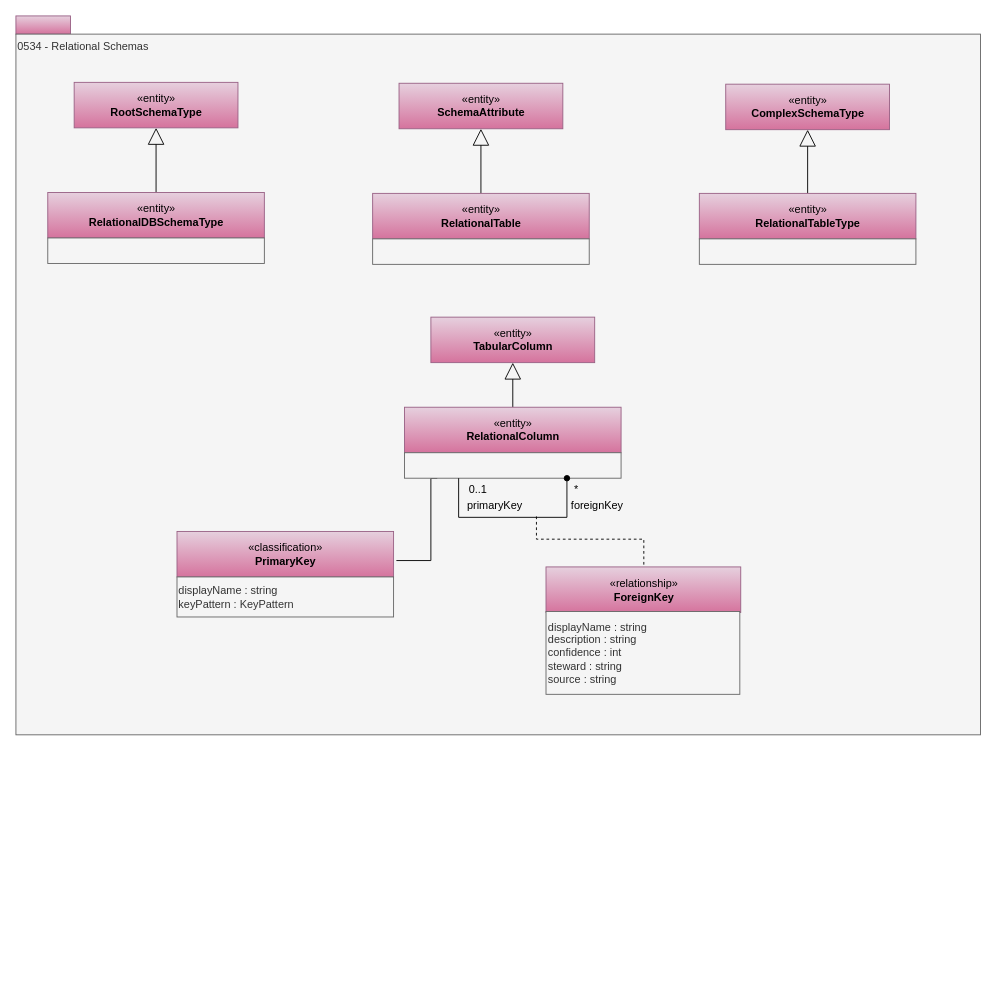
The draw.io diagram page "0534-Relational-Schemas" (15 of 33) of site/docs/types/5/area-5-models-and-schema.drawio in odpi/egeria-docs, before the edit. Source tidied: cells renumbered, new cells numbered last; positions are measured from the earlier drawing's top-left corner, leaving out a move shared by most shapes. Both pictures are drawn from the tidied source at 91%, with x=0, y=0 at pixel (15, 15).
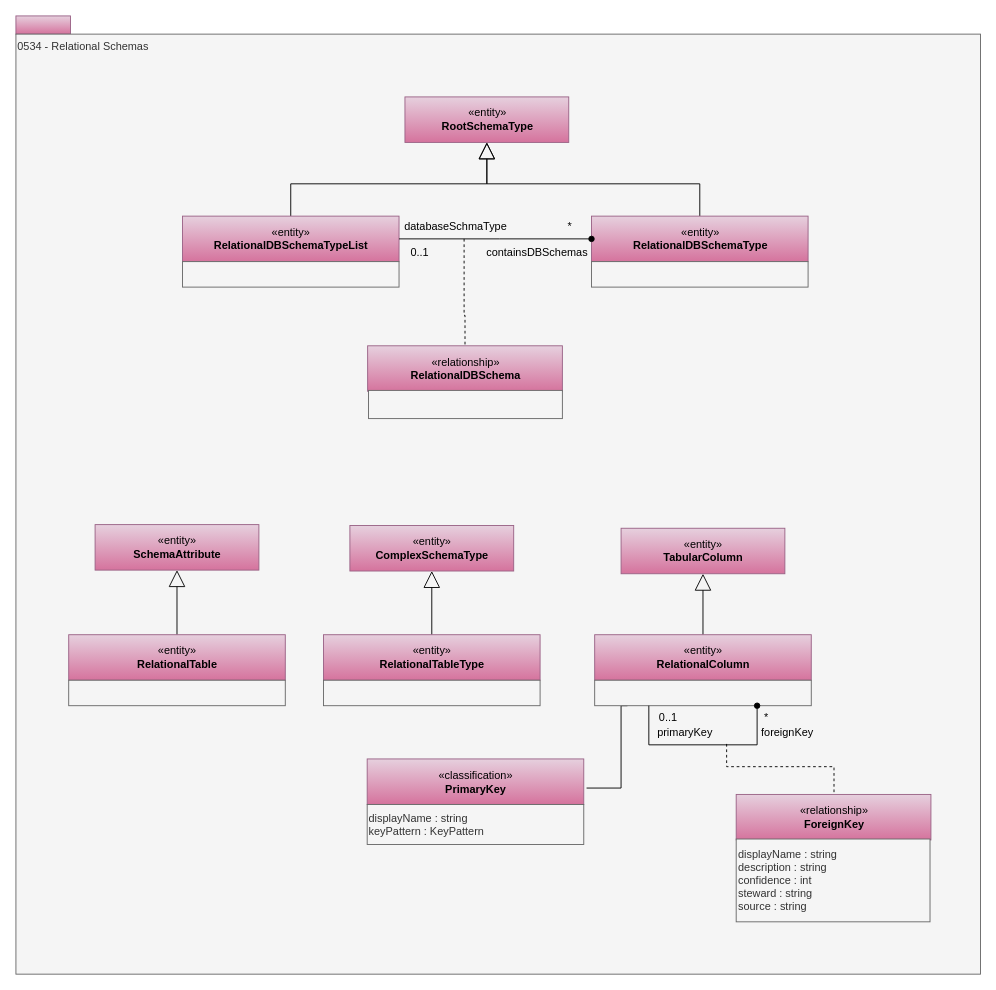
The same diagram, later.

Unchanged cells that the change refers to:
```xml
<mxCell id="22" value="«entity»&lt;br&gt;&lt;b&gt;RelationalDBSchemaType&lt;/b&gt;" style="html=1;strokeColor=#996185;align=center;fillColor=#e6d0de;gradientColor=#d5739d;" parent="21" vertex="1">
  <mxGeometry width="238" height="50" as="geometry" />
</mxCell>
<mxCell id="28" value="«classification»&lt;br&gt;&lt;b&gt;PrimaryKey&lt;/b&gt;" style="html=1;strokeColor=#996185;align=center;fillColor=#e6d0de;gradientColor=#d5739d;" parent="27" vertex="1">
  <mxGeometry width="238" height="50" as="geometry" />
</mxCell>
```

Change to the diagram source:
```diff
@@
     <mxCell id="3" value="0534 - Relational Schemas" style="rounded=0;whiteSpace=wrap;html=1;align=left;verticalAlign=top;fillColor=#f5f5f5;fontColor=#333333;strokeColor=#666666;" parent="1" vertex="1">
-      <mxGeometry y="20" width="1060" height="770" as="geometry" />
+      <mxGeometry y="20" width="1060" height="1033" as="geometry" />
     </mxCell>
@@
     <mxCell id="5" value="«entity»&lt;br&gt;&lt;b&gt;RootSchemaType&lt;/b&gt;" style="html=1;strokeColor=#996185;align=center;fillColor=#e6d0de;gradientColor=#d5739d;" parent="1" vertex="1">
-      <mxGeometry x="64" y="73" width="180" height="50" as="geometry" />
+      <mxGeometry x="427.5" y="89" width="180" height="50" as="geometry" />
     </mxCell>
@@
     <mxCell id="7" value="«entity»&lt;br&gt;&lt;b&gt;SchemaAttribute&lt;/b&gt;" style="html=1;strokeColor=#996185;align=center;fillColor=#e6d0de;gradientColor=#d5739d;" parent="1" vertex="1">
-      <mxGeometry x="421" y="74" width="180" height="50" as="geometry" />
+      <mxGeometry x="87" y="559" width="180" height="50" as="geometry" />
     </mxCell>
     <mxCell id="8" style="edgeStyle=orthogonalEdgeStyle;rounded=0;html=1;endArrow=none;endFill=0;jettySize=auto;entryX=1.013;entryY=0.64;entryDx=0;entryDy=0;entryPerimeter=0;" parent="1" edge="1" target="28">
       <mxGeometry relative="1" as="geometry">
-        <mxPoint x="463" y="508" as="sourcePoint" />
+        <mxPoint x="672" y="758" as="sourcePoint" />
         <Array as="points">
-          <mxPoint x="456" y="508" />
-          <mxPoint x="456" y="599" />
+          <mxPoint x="665" y="758" />
+          <mxPoint x="665" y="849" />
         </Array>
       </mxGeometry>
     </mxCell>
@@
     <mxCell id="11" value="«entity»&lt;br&gt;&lt;b&gt;RelationalColumn&lt;/b&gt;" style="html=1;strokeColor=#996185;align=center;fillColor=#e6d0de;gradientColor=#d5739d;" parent="1" vertex="1">
-      <mxGeometry x="427" y="430" width="238" height="50" as="geometry" />
+      <mxGeometry x="636" y="680" width="238" height="50" as="geometry" />
     </mxCell>
     <mxCell id="12" style="rounded=0;whiteSpace=wrap;html=1;strokeColor=#666666;align=left;fillColor=#f5f5f5;fontColor=#333333;" parent="1" vertex="1">
-      <mxGeometry x="427" y="480" width="238" height="28" as="geometry" />
+      <mxGeometry x="636" y="730" width="238" height="28" as="geometry" />
     </mxCell>
     <mxCell id="13" value="«entity»&lt;br&gt;&lt;b&gt;TabularColumn&lt;/b&gt;" style="html=1;strokeColor=#996185;align=center;fillColor=#e6d0de;gradientColor=#d5739d;" parent="1" vertex="1">
-      <mxGeometry x="456" y="331" width="180" height="50" as="geometry" />
+      <mxGeometry x="665" y="563" width="180" height="50" as="geometry" />
     </mxCell>
@@
     <mxCell id="15" style="edgeStyle=orthogonalEdgeStyle;rounded=0;orthogonalLoop=1;jettySize=auto;html=1;exitX=0.75;exitY=1;exitDx=0;exitDy=0;entryX=0.25;entryY=1;entryDx=0;entryDy=0;endArrow=none;endFill=0;startArrow=oval;startFill=1;" parent="1" edge="1" source="12" target="12">
       <mxGeometry relative="1" as="geometry">
         <Array as="points">
-          <mxPoint x="606" y="551" />
-          <mxPoint x="487" y="551" />
+          <mxPoint x="815" y="801" />
+          <mxPoint x="696" y="801" />
         </Array>
       </mxGeometry>
     </mxCell>
     <mxCell id="16" value="*" style="text;html=1;strokeColor=none;fillColor=none;align=center;verticalAlign=middle;whiteSpace=wrap;rounded=0;" parent="1" vertex="1">
-      <mxGeometry x="596" y="511" width="40" height="20" as="geometry" />
+      <mxGeometry x="805" y="761" width="40" height="20" as="geometry" />
     </mxCell>
     <mxCell id="17" value="foreignKey" style="text;html=1;strokeColor=none;fillColor=none;align=center;verticalAlign=middle;whiteSpace=wrap;rounded=0;" parent="1" vertex="1">
-      <mxGeometry x="606" y="528" width="66" height="20" as="geometry" />
+      <mxGeometry x="815" y="778" width="66" height="20" as="geometry" />
     </mxCell>
     <mxCell id="18" value="0..1" style="text;html=1;strokeColor=none;fillColor=none;align=center;verticalAlign=middle;whiteSpace=wrap;rounded=0;" parent="1" vertex="1">
-      <mxGeometry x="488" y="511" width="40" height="20" as="geometry" />
+      <mxGeometry x="697" y="761" width="40" height="20" as="geometry" />
     </mxCell>
     <mxCell id="19" value="primaryKey" style="text;html=1;strokeColor=none;fillColor=none;align=center;verticalAlign=middle;whiteSpace=wrap;rounded=0;" parent="1" vertex="1">
-      <mxGeometry x="493" y="528" width="67" height="20" as="geometry" />
+      <mxGeometry x="702" y="778" width="67" height="20" as="geometry" />
     </mxCell>
     <mxCell id="20" style="endArrow=none;dashed=1;html=1;entryX=0.5;entryY=0;entryDx=0;entryDy=0;edgeStyle=orthogonalEdgeStyle;rounded=0;" parent="1" edge="1">
       <mxGeometry relative="1" as="geometry">
-        <mxPoint x="572" y="550" as="sourcePoint" />
-        <mxPoint x="690" y="606" as="targetPoint" />
+        <mxPoint x="781" y="800" as="sourcePoint" />
+        <mxPoint x="899" y="856" as="targetPoint" />
         <Array as="points">
-          <mxPoint x="572" y="575" />
-          <mxPoint x="690" y="575" />
+          <mxPoint x="781" y="825" />
+          <mxPoint x="899" y="825" />
         </Array>
       </mxGeometry>
     </mxCell>
     <mxCell id="21" style="group;" parent="1" vertex="1">
-      <mxGeometry x="35" y="194" width="238" height="78" as="geometry" />
+      <mxGeometry x="632.5" y="220" width="238" height="78" as="geometry" />
     </mxCell>
@@
     <mxCell id="24" style="group;" parent="1" vertex="1">
-      <mxGeometry x="392" y="195" width="238" height="78" as="geometry" />
+      <mxGeometry x="58" y="680" width="238" height="78" as="geometry" />
     </mxCell>
@@
     <mxCell id="27" style="group;" parent="1" vertex="1">
-      <mxGeometry x="177" y="566.5" width="238" height="94" as="geometry" />
+      <mxGeometry x="386" y="816.5" width="238" height="94" as="geometry" />
     </mxCell>
@@
     <mxCell id="30" style="group;" parent="1" vertex="1">
-      <mxGeometry x="582.5" y="605.5" width="214" height="140" as="geometry" />
+      <mxGeometry x="791.5" y="855.5" width="214" height="140" as="geometry" />
     </mxCell>
@@
     <mxCell id="34" value="«entity»&lt;br&gt;&lt;b&gt;ComplexSchemaType&lt;/b&gt;" style="html=1;strokeColor=#996185;align=center;fillColor=#e6d0de;gradientColor=#d5739d;" parent="1" vertex="1">
-      <mxGeometry x="780" y="75" width="180" height="50" as="geometry" />
+      <mxGeometry x="367" y="560" width="180" height="50" as="geometry" />
     </mxCell>
     <mxCell id="35" style="group;" parent="1" vertex="1">
-      <mxGeometry x="751" y="195" width="238" height="78" as="geometry" />
+      <mxGeometry x="338" y="680" width="238" height="78" as="geometry" />
     </mxCell>
@@
+    <mxCell id="38" style="edgeStyle=orthogonalEdgeStyle;rounded=0;jumpSize=16;jettySize=auto;html=1;endArrow=block;endFill=0;endSize=16;entryX=0.5;entryY=1;entryDx=0;entryDy=0;exitX=0.5;exitY=0;exitDx=0;exitDy=0;" parent="1" edge="1" source="39" target="5">
+      <mxGeometry relative="1" as="geometry" />
+    </mxCell>
+    <mxCell id="39" value="«entity»&lt;br&gt;&lt;b&gt;RelationalDBSchemaTypeList&lt;/b&gt;" style="html=1;strokeColor=#996185;align=center;fillColor=#e6d0de;gradientColor=#d5739d;" parent="1" vertex="1">
+      <mxGeometry x="183" y="220" width="238" height="50" as="geometry" />
+    </mxCell>
+    <mxCell id="40" style="rounded=0;whiteSpace=wrap;html=1;strokeColor=#666666;align=left;fillColor=#f5f5f5;fontColor=#333333;" parent="1" vertex="1">
+      <mxGeometry x="183" y="270" width="238" height="28" as="geometry" />
+    </mxCell>
+    <mxCell id="41" value="*" style="text;html=1;strokeColor=none;fillColor=none;align=center;verticalAlign=middle;whiteSpace=wrap;rounded=0;" parent="1" vertex="1">
+      <mxGeometry x="588.5" y="222" width="40" height="20" as="geometry" />
+    </mxCell>
+    <mxCell id="42" value="containsDBSchemas" style="text;html=1;strokeColor=none;fillColor=none;align=center;verticalAlign=middle;whiteSpace=wrap;rounded=0;" parent="1" vertex="1">
+      <mxGeometry x="520.5" y="250" width="104" height="20" as="geometry" />
+    </mxCell>
+    <mxCell id="43" value="0..1" style="text;html=1;strokeColor=none;fillColor=none;align=center;verticalAlign=middle;whiteSpace=wrap;rounded=0;" parent="1" vertex="1">
+      <mxGeometry x="423.5" y="250" width="40" height="20" as="geometry" />
+    </mxCell>
+    <mxCell id="44" value="databaseSchmaType" style="text;html=1;strokeColor=none;fillColor=none;align=center;verticalAlign=middle;whiteSpace=wrap;rounded=0;" parent="1" vertex="1">
+      <mxGeometry x="449.5" y="222" width="67" height="20" as="geometry" />
+    </mxCell>
+    <mxCell id="45" value="«relationship»&lt;br&gt;&lt;b&gt;RelationalDBSchema&lt;/b&gt;" style="html=1;strokeColor=#996185;align=center;fillColor=#e6d0de;gradientColor=#d5739d;" parent="1" vertex="1">
+      <mxGeometry x="386.5" y="362.5" width="214" height="50" as="geometry" />
+    </mxCell>
+    <mxCell id="46" style="endArrow=none;dashed=1;html=1;entryX=0.5;entryY=0;entryDx=0;entryDy=0;edgeStyle=orthogonalEdgeStyle;rounded=0;" parent="1" edge="1" target="45">
+      <mxGeometry relative="1" as="geometry">
+        <mxPoint x="492.5" y="245" as="sourcePoint" />
+        <Array as="points">
+          <mxPoint x="492.5" y="329" />
+          <mxPoint x="493.5" y="362" />
+        </Array>
+      </mxGeometry>
+    </mxCell>
+    <mxCell id="47" value="&lt;div style=&quot;text-align: left&quot;&gt;&lt;br&gt;&lt;/div&gt;" style="rounded=0;whiteSpace=wrap;html=1;strokeColor=#666666;align=left;fillColor=#f5f5f5;fontColor=#333333;" parent="1" vertex="1">
+      <mxGeometry x="387.5" y="411.5" width="213" height="31" as="geometry" />
+    </mxCell>
+    <mxCell id="48" style="edgeStyle=orthogonalEdgeStyle;rounded=0;jettySize=auto;html=1;exitX=1;exitY=0.5;exitDx=0;exitDy=0;entryX=0;entryY=0.5;entryDx=0;entryDy=0;endArrow=oval;endFill=1;" parent="1" edge="1" source="39" target="22">
+      <mxGeometry relative="1" as="geometry">
+        <Array as="points">
+          <mxPoint x="531.5" y="245" />
+          <mxPoint x="531.5" y="245" />
+        </Array>
+      </mxGeometry>
+    </mxCell>
```
